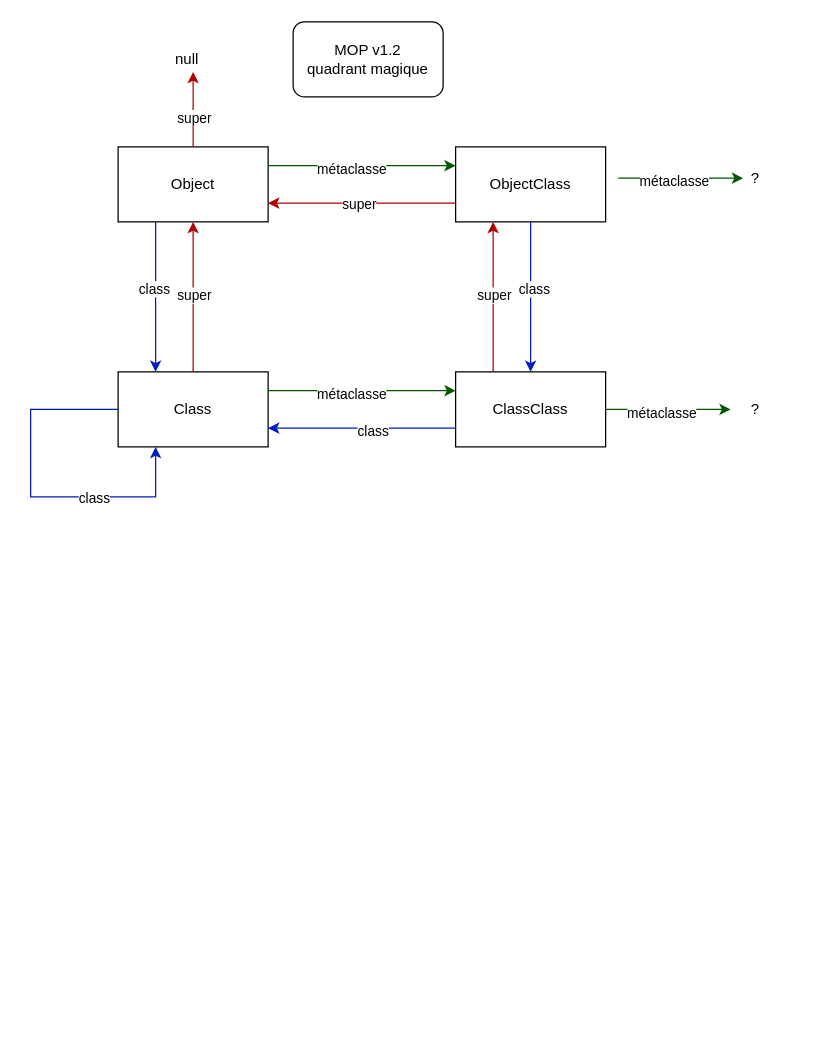
Before: docs/quadrant-magique-mop1.2.drawio in Dworkin92/miniTalk, a draw.io diagram. Source tidied: cells renumbered, new cells numbered last; positions are measured from the earlier drawing's top-left corner, leaving out a move shared by most shapes. Both pictures are drawn from the tidied source at 125%, with x=0, y=0 at pixel (30, 21).
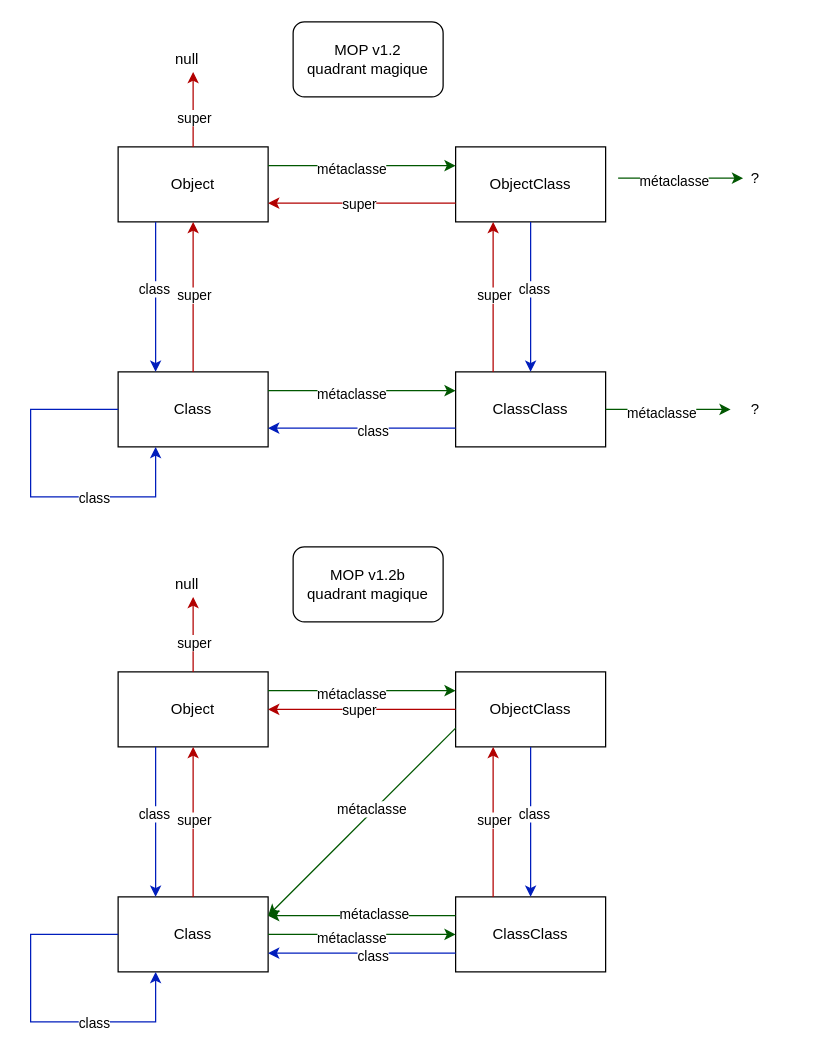
The same diagram, later.

The edit, as a diff of the source:
```diff
@@
+    <mxCell id="34" value="Object" style="rounded=0;whiteSpace=wrap;html=1;" parent="1" vertex="1">
+      <mxGeometry x="70" y="520" width="120" height="60" as="geometry" />
+    </mxCell>
+    <mxCell id="35" value="Class" style="rounded=0;whiteSpace=wrap;html=1;" parent="1" vertex="1">
+      <mxGeometry x="70" y="700" width="120" height="60" as="geometry" />
+    </mxCell>
+    <mxCell id="36" value="ClassClass" style="rounded=0;whiteSpace=wrap;html=1;" parent="1" vertex="1">
+      <mxGeometry x="340" y="700" width="120" height="60" as="geometry" />
+    </mxCell>
+    <mxCell id="37" value="ObjectClass" style="rounded=0;whiteSpace=wrap;html=1;" parent="1" vertex="1">
+      <mxGeometry x="340" y="520" width="120" height="60" as="geometry" />
+    </mxCell>
+    <mxCell id="38" style="endArrow=classic;html=1;rounded=0;fillColor=#0050ef;strokeColor=#001DBC;exitX=0.25;exitY=1;exitDx=0;exitDy=0;entryX=0.25;entryY=0;entryDx=0;entryDy=0;" parent="1" edge="1" source="34" target="35">
+      <mxGeometry relative="1" as="geometry" />
+    </mxCell>
+    <mxCell id="39" value="class" style="edgeLabel;html=1;align=center;verticalAlign=middle;" parent="38" vertex="1">
+      <mxGeometry x="-0.12" y="-2" relative="1" as="geometry" />
+    </mxCell>
+    <mxCell id="40" style="endArrow=classic;html=1;rounded=0;fillColor=#0050ef;strokeColor=#001DBC;exitX=0;exitY=0.5;exitDx=0;exitDy=0;entryX=0.25;entryY=1;entryDx=0;entryDy=0;edgeStyle=orthogonalEdgeStyle;innerLoopWaypoints=1;" parent="1" edge="1" source="35" target="35">
+      <mxGeometry relative="1" as="geometry">
+        <Array as="points">
+          <mxPoint y="730" />
+          <mxPoint y="800" />
+          <mxPoint x="100" y="800" />
+        </Array>
+      </mxGeometry>
+    </mxCell>
+    <mxCell id="41" value="class" style="edgeLabel;html=1;align=center;verticalAlign=middle;" parent="40" vertex="1">
+      <mxGeometry x="-0.11" y="3" relative="1" as="geometry">
+        <mxPoint x="47" y="15" as="offset" />
+      </mxGeometry>
+    </mxCell>
+    <mxCell id="42" style="endArrow=classic;html=1;rounded=0;fillColor=#0050ef;strokeColor=#001DBC;exitX=0.5;exitY=1;exitDx=0;exitDy=0;entryX=0.5;entryY=0;entryDx=0;entryDy=0;" parent="1" edge="1" source="37" target="36">
+      <mxGeometry relative="1" as="geometry" />
+    </mxCell>
+    <mxCell id="43" value="class" style="edgeLabel;html=1;align=center;verticalAlign=middle;" parent="42" vertex="1">
+      <mxGeometry x="-0.11" y="2" relative="1" as="geometry" />
+    </mxCell>
+    <mxCell id="44" value="MOP v1.2b&lt;br&gt;quadrant magique" style="rounded=1;whiteSpace=wrap;html=1;" parent="1" vertex="1">
+      <mxGeometry x="210" y="420" width="120" height="60" as="geometry" />
+    </mxCell>
+    <mxCell id="45" style="endArrow=classic;html=1;rounded=0;fillColor=#e51400;strokeColor=light-dark(#B20000,#DF091B);" parent="1" edge="1" source="34">
+      <mxGeometry relative="1" as="geometry">
+        <mxPoint x="130" y="460" as="targetPoint" />
+      </mxGeometry>
+    </mxCell>
+    <mxCell id="46" value="super" style="edgeLabel;html=1;align=center;verticalAlign=middle;" parent="45" vertex="1">
+      <mxGeometry x="-0.21" relative="1" as="geometry" />
+    </mxCell>
+    <mxCell id="47" value="null" style="text;strokeColor=none;fillColor=none;align=left;verticalAlign=middle;spacingLeft=4;spacingRight=4;overflow=hidden;whiteSpace=wrap;html=1;" parent="1" vertex="1">
+      <mxGeometry x="110" y="435" width="40" height="30" as="geometry" />
+    </mxCell>
+    <mxCell id="48" style="endArrow=classic;html=1;rounded=0;fillColor=#e51400;strokeColor=light-dark(#B20000,#DF091B);exitX=0.5;exitY=0;exitDx=0;exitDy=0;entryX=0.5;entryY=1;entryDx=0;entryDy=0;" parent="1" edge="1" source="35" target="34">
+      <mxGeometry relative="1" as="geometry" />
+    </mxCell>
+    <mxCell id="49" value="super" style="edgeLabel;html=1;align=center;verticalAlign=middle;" parent="48" vertex="1">
+      <mxGeometry x="0.04" relative="1" as="geometry" />
+    </mxCell>
+    <mxCell id="50" style="endArrow=classic;html=1;rounded=0;fillColor=#e51400;strokeColor=light-dark(#B20000,#DF091B);exitX=0;exitY=0.5;exitDx=0;exitDy=0;entryX=1;entryY=0.5;entryDx=0;entryDy=0;" parent="1" edge="1" source="37" target="34">
+      <mxGeometry relative="1" as="geometry" />
+    </mxCell>
+    <mxCell id="51" value="super" style="edgeLabel;html=1;align=center;verticalAlign=middle;" parent="50" vertex="1">
+      <mxGeometry x="0.04" relative="1" as="geometry" />
+    </mxCell>
+    <mxCell id="52" style="endArrow=classic;html=1;rounded=0;fillColor=#e51400;strokeColor=light-dark(#B20000,#DF091B);exitX=0.25;exitY=0;exitDx=0;exitDy=0;entryX=0.25;entryY=1;entryDx=0;entryDy=0;" parent="1" edge="1" source="36" target="37">
+      <mxGeometry relative="1" as="geometry" />
+    </mxCell>
+    <mxCell id="53" value="super" style="edgeLabel;html=1;align=center;verticalAlign=middle;" parent="52" vertex="1">
+      <mxGeometry x="0.04" relative="1" as="geometry" />
+    </mxCell>
+    <mxCell id="54" style="endArrow=classic;html=1;rounded=0;fillColor=#008a00;strokeColor=#005700;exitX=1;exitY=0.25;exitDx=0;exitDy=0;entryX=0;entryY=0.25;entryDx=0;entryDy=0;" parent="1" edge="1" source="34" target="37">
+      <mxGeometry relative="1" as="geometry" />
+    </mxCell>
+    <mxCell id="55" value="métaclasse" style="edgeLabel;html=1;align=center;verticalAlign=middle;" parent="54" vertex="1">
+      <mxGeometry x="-0.12" y="-2" relative="1" as="geometry" />
+    </mxCell>
+    <mxCell id="56" style="endArrow=classic;html=1;rounded=0;fillColor=#008a00;strokeColor=#005700;exitX=1;exitY=0.5;exitDx=0;exitDy=0;entryX=0;entryY=0.5;entryDx=0;entryDy=0;" parent="1" edge="1" source="35" target="36">
+      <mxGeometry relative="1" as="geometry" />
+    </mxCell>
+    <mxCell id="57" value="métaclasse" style="edgeLabel;html=1;align=center;verticalAlign=middle;" parent="56" vertex="1">
+      <mxGeometry x="-0.12" y="-2" relative="1" as="geometry" />
+    </mxCell>
+    <mxCell id="58" style="endArrow=classic;html=1;rounded=0;fillColor=#008a00;strokeColor=#005700;exitX=0;exitY=0.25;exitDx=0;exitDy=0;entryX=1;entryY=0.25;entryDx=0;entryDy=0;" parent="1" edge="1" source="36" target="35">
+      <mxGeometry relative="1" as="geometry" />
+    </mxCell>
+    <mxCell id="59" value="métaclasse" style="edgeLabel;html=1;align=center;verticalAlign=middle;" parent="58" vertex="1">
+      <mxGeometry x="-0.12" y="-2" relative="1" as="geometry" />
+    </mxCell>
+    <mxCell id="60" style="endArrow=classic;html=1;rounded=0;fillColor=#0050ef;strokeColor=#001DBC;exitX=0;exitY=0.75;exitDx=0;exitDy=0;entryX=1;entryY=0.75;entryDx=0;entryDy=0;" parent="1" edge="1" source="36" target="35">
+      <mxGeometry relative="1" as="geometry" />
+    </mxCell>
+    <mxCell id="61" value="class" style="edgeLabel;html=1;align=center;verticalAlign=middle;" parent="60" vertex="1">
+      <mxGeometry x="-0.11" y="2" relative="1" as="geometry" />
+    </mxCell>
+    <mxCell id="62" style="endArrow=classic;html=1;rounded=0;fillColor=#008a00;strokeColor=#005700;entryX=1;entryY=0.25;entryDx=0;entryDy=0;exitX=0;exitY=0.75;exitDx=0;exitDy=0;" parent="1" edge="1" source="37" target="35">
+      <mxGeometry relative="1" as="geometry" />
+    </mxCell>
+    <mxCell id="63" value="métaclasse" style="edgeLabel;html=1;align=center;verticalAlign=middle;" parent="62" vertex="1">
+      <mxGeometry x="-0.12" y="-2" relative="1" as="geometry" />
+    </mxCell>
```
